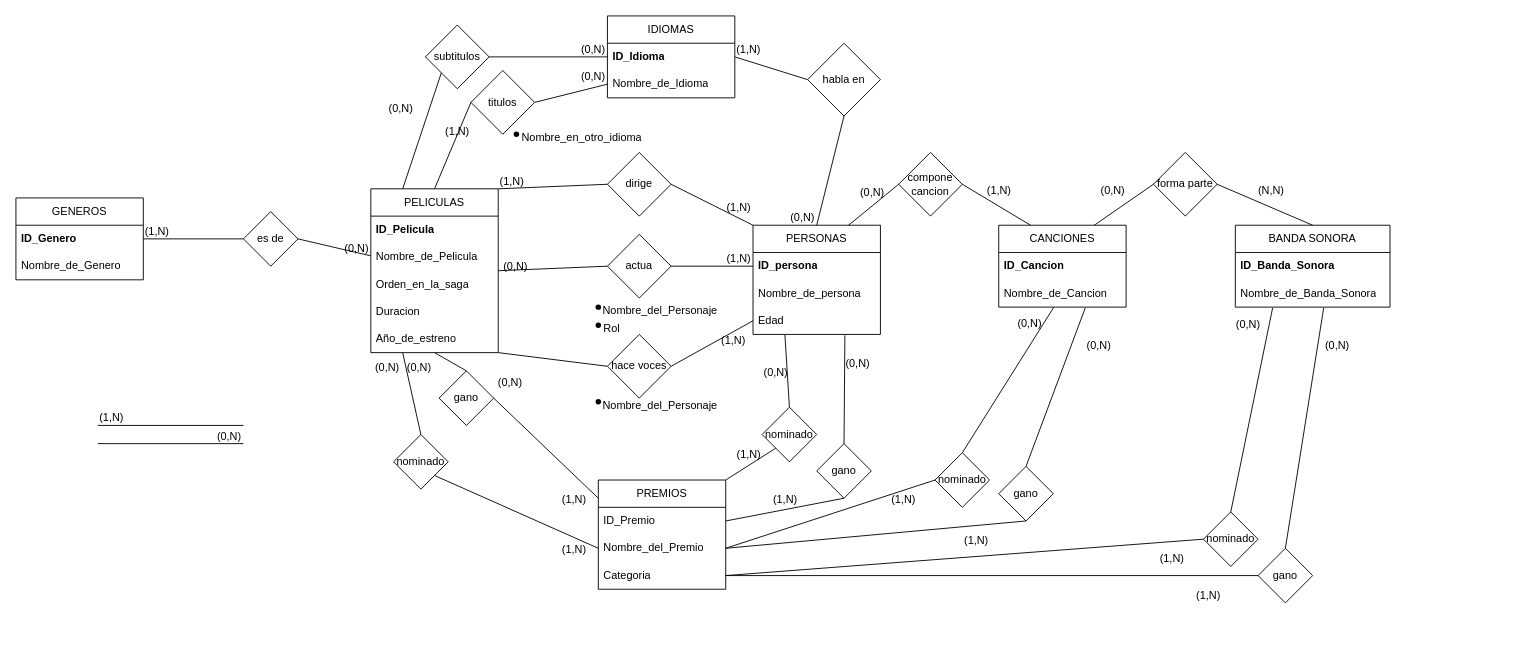
This is omdb.drawio from kolodani/AUS_Base_de_datos, a draw.io file, before an edit. Source tidied: cells renumbered, new cells numbered last; positions are measured from the earlier drawing's top-left corner, leaving out a move shared by most shapes. Both pictures are drawn from the tidied source at 91%, with x=0, y=0 at pixel (15, 15).
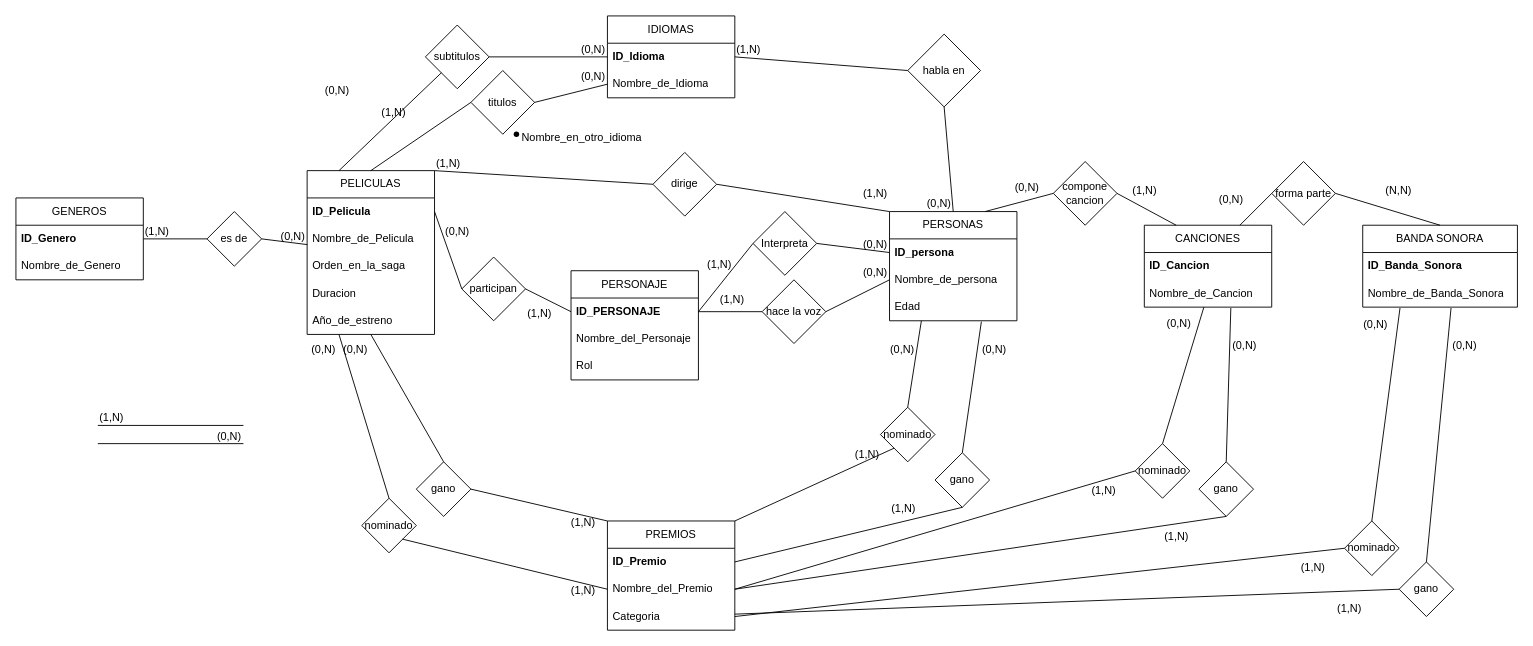
The same page after the edit.

Commit message:
DER actualizado con personajes

Unchanged cells that the change refers to:
```xml
<mxCell id="6" value="&lt;b&gt;ID_Pelicula&lt;/b&gt;" style="text;strokeColor=none;fillColor=none;align=left;verticalAlign=middle;spacingLeft=4;spacingRight=4;overflow=hidden;points=[[0,0.5],[1,0.5]];portConstraint=eastwest;whiteSpace=wrap;html=1;" parent="5" vertex="1">
  <mxGeometry y="30" width="140" height="30" as="geometry" />
</mxCell>
<mxCell id="17" value="Nombre_de_persona" style="text;strokeColor=none;fillColor=none;align=left;verticalAlign=middle;spacingLeft=4;spacingRight=4;overflow=hidden;points=[[0,0.5],[1,0.5]];portConstraint=eastwest;whiteSpace=wrap;html=1;" parent="15" vertex="1">
  <mxGeometry y="60" width="140" height="30" as="geometry" />
</mxCell>
<mxCell id="18" value="Edad" style="text;strokeColor=none;fillColor=none;align=left;verticalAlign=middle;spacingLeft=4;spacingRight=4;overflow=hidden;points=[[0,0.5],[1,0.5]];portConstraint=eastwest;whiteSpace=wrap;html=1;" parent="15" vertex="1">
  <mxGeometry y="90" width="140" height="30" as="geometry" />
</mxCell>
<mxCell id="84" style="endArrow=none;html=1;rounded=0;exitX=1;exitY=0.5;exitDx=0;exitDy=0;entryX=0;entryY=0.5;entryDx=0;entryDy=0;" parent="1" edge="1" source="24" target="16">
  <mxGeometry relative="1" as="geometry" />
</mxCell>
<mxCell id="94" style="endArrow=none;html=1;rounded=0;exitX=0.25;exitY=1;exitDx=0;exitDy=0;entryX=0.5;entryY=0;entryDx=0;entryDy=0;" parent="1" edge="1" source="15" target="35">
  <mxGeometry relative="1" as="geometry" />
</mxCell>
<mxCell id="118" style="endArrow=none;html=1;rounded=0;entryX=0.75;entryY=0;entryDx=0;entryDy=0;exitX=0;exitY=0.5;exitDx=0;exitDy=0;" parent="1" edge="1" source="29" target="15">
  <mxGeometry relative="1" as="geometry" />
</mxCell>
```

The edit, as a diff of the source:
```diff
@@
     <mxCell id="5" value="PELICULAS" style="swimlane;fontStyle=0;horizontal=1;startSize=30;whiteSpace=wrap;html=1;" parent="1" vertex="1">
-      <mxGeometry x="390" y="190" width="140" height="180" as="geometry" />
+      <mxGeometry x="320" y="170" width="140" height="180" as="geometry" />
     </mxCell>
@@
     <mxCell id="11" value="PREMIOS" style="swimlane;fontStyle=0;horizontal=1;startSize=30;whiteSpace=wrap;html=1;" parent="1" vertex="1">
-      <mxGeometry x="640" y="510" width="140" height="120" as="geometry" />
+      <mxGeometry x="650" y="555" width="140" height="120" as="geometry" />
     </mxCell>
-    <mxCell id="12" value="ID_Premio&lt;span style=&quot;white-space: pre;&quot;&gt;&#9;&lt;/span&gt;" style="text;strokeColor=none;fillColor=none;align=left;verticalAlign=middle;spacingLeft=4;spacingRight=4;overflow=hidden;points=[[0,0.5],[1,0.5]];portConstraint=eastwest;whiteSpace=wrap;html=1;" parent="11" vertex="1">
+    <mxCell id="12" value="&lt;b&gt;ID_Premio&lt;span style=&quot;white-space: pre;&quot;&gt;&#9;&lt;/span&gt;&lt;/b&gt;" style="text;strokeColor=none;fillColor=none;align=left;verticalAlign=middle;spacingLeft=4;spacingRight=4;overflow=hidden;points=[[0,0.5],[1,0.5]];portConstraint=eastwest;whiteSpace=wrap;html=1;" parent="11" vertex="1">
       <mxGeometry y="30" width="140" height="30" as="geometry" />
     </mxCell>
@@
     <mxCell id="15" value="PERSONAS" style="swimlane;fontStyle=0;horizontal=1;startSize=30;whiteSpace=wrap;html=1;" parent="1" vertex="1">
-      <mxGeometry x="810" y="230" width="140" height="120" as="geometry" />
+      <mxGeometry x="960" y="215" width="140" height="120" as="geometry" />
     </mxCell>
@@
     <mxCell id="19" value="CANCIONES" style="swimlane;fontStyle=0;horizontal=1;startSize=30;whiteSpace=wrap;html=1;" parent="1" vertex="1">
-      <mxGeometry x="1080" y="230" width="140" height="90" as="geometry" />
+      <mxGeometry x="1240" y="230" width="140" height="90" as="geometry" />
     </mxCell>
@@
     <mxCell id="22" value="es de" style="rhombus;whiteSpace=wrap;html=1;" parent="1" vertex="1">
-      <mxGeometry x="250" y="215" width="60" height="60" as="geometry" />
+      <mxGeometry x="210" y="215" width="60" height="60" as="geometry" />
     </mxCell>
     <mxCell id="23" value="dirige" style="rhombus;whiteSpace=wrap;html=1;" parent="1" vertex="1">
-      <mxGeometry x="650" y="150" width="70" height="70" as="geometry" />
+      <mxGeometry x="700" y="150" width="70" height="70" as="geometry" />
     </mxCell>
-    <mxCell id="24" value="&lt;div&gt;actua&lt;/div&gt;" style="rhombus;whiteSpace=wrap;html=1;" parent="1" vertex="1">
-      <mxGeometry x="650" y="240" width="70" height="70" as="geometry" />
+    <mxCell id="24" value="Interpreta" style="rhombus;whiteSpace=wrap;html=1;" parent="1" vertex="1">
+      <mxGeometry x="810" y="215" width="70" height="70" as="geometry" />
     </mxCell>
-    <mxCell id="25" value="hace voces" style="rhombus;whiteSpace=wrap;html=1;" parent="1" vertex="1">
-      <mxGeometry x="650" y="350" width="70" height="70" as="geometry" />
+    <mxCell id="25" value="participan" style="rhombus;whiteSpace=wrap;html=1;" parent="1" vertex="1">
+      <mxGeometry x="490" y="265" width="70" height="70" as="geometry" />
     </mxCell>
@@
     <mxCell id="29" value="compone cancion" style="rhombus;whiteSpace=wrap;html=1;" parent="1" vertex="1">
-      <mxGeometry x="970" y="150" width="70" height="70" as="geometry" />
+      <mxGeometry x="1140" y="160" width="70" height="70" as="geometry" />
     </mxCell>
@@
     <mxCell id="32" value="habla en" style="rhombus;whiteSpace=wrap;html=1;" parent="1" vertex="1">
-      <mxGeometry x="870" y="30" width="80" height="80" as="geometry" />
+      <mxGeometry x="980" y="20" width="80" height="80" as="geometry" />
     </mxCell>
     <mxCell id="33" value="nominado" style="rhombus;whiteSpace=wrap;html=1;" parent="1" vertex="1">
-      <mxGeometry x="415" y="460" width="60" height="60" as="geometry" />
+      <mxGeometry x="380" y="530" width="60" height="60" as="geometry" />
     </mxCell>
     <mxCell id="34" value="gano" style="rhombus;whiteSpace=wrap;html=1;" parent="1" vertex="1">
-      <mxGeometry x="465" y="390" width="60" height="60" as="geometry" />
+      <mxGeometry x="440" y="490" width="60" height="60" as="geometry" />
     </mxCell>
     <mxCell id="35" value="nominado" style="rhombus;whiteSpace=wrap;html=1;" parent="1" vertex="1">
-      <mxGeometry x="820" y="430" width="60" height="60" as="geometry" />
+      <mxGeometry x="950" y="430" width="60" height="60" as="geometry" />
     </mxCell>
     <mxCell id="36" value="gano" style="rhombus;whiteSpace=wrap;html=1;" parent="1" vertex="1">
-      <mxGeometry x="880" y="470" width="60" height="60" as="geometry" />
+      <mxGeometry x="1010" y="480" width="60" height="60" as="geometry" />
     </mxCell>
     <mxCell id="37" value="nominado" style="rhombus;whiteSpace=wrap;html=1;" parent="1" vertex="1">
-      <mxGeometry x="1010" y="480" width="60" height="60" as="geometry" />
+      <mxGeometry x="1230" y="470" width="60" height="60" as="geometry" />
     </mxCell>
     <mxCell id="38" value="gano" style="rhombus;whiteSpace=wrap;html=1;" parent="1" vertex="1">
-      <mxGeometry x="1080" y="495" width="60" height="60" as="geometry" />
+      <mxGeometry x="1300" y="490" width="60" height="60" as="geometry" />
     </mxCell>
     <mxCell id="39" value="BANDA SONORA" style="swimlane;fontStyle=0;horizontal=1;startSize=30;whiteSpace=wrap;html=1;" parent="1" vertex="1">
-      <mxGeometry x="1340" y="230" width="170" height="90" as="geometry" />
+      <mxGeometry x="1480" y="230" width="170" height="90" as="geometry" />
     </mxCell>
@@
     <mxCell id="42" value="forma parte" style="rhombus;whiteSpace=wrap;html=1;" parent="1" vertex="1">
-      <mxGeometry x="1250" y="150" width="70" height="70" as="geometry" />
+      <mxGeometry x="1380" y="160" width="70" height="70" as="geometry" />
     </mxCell>
     <mxCell id="43" value="nominado" style="rhombus;whiteSpace=wrap;html=1;" parent="1" vertex="1">
-      <mxGeometry x="1305" y="545" width="60" height="60" as="geometry" />
+      <mxGeometry x="1460" y="555" width="60" height="60" as="geometry" />
     </mxCell>
     <mxCell id="44" value="gano" style="rhombus;whiteSpace=wrap;html=1;" parent="1" vertex="1">
-      <mxGeometry x="1365" y="585" width="60" height="60" as="geometry" />
+      <mxGeometry x="1520" y="600" width="60" height="60" as="geometry" />
     </mxCell>
@@
-    <mxCell id="70" style="endArrow=none;html=1;rounded=0;exitX=1;exitY=0.5;exitDx=0;exitDy=0;" parent="1" edge="1" source="34">
-      <mxGeometry relative="1" as="geometry">
-        <mxPoint x="640" y="530" as="targetPoint" />
-      </mxGeometry>
+    <mxCell id="70" style="endArrow=none;html=1;rounded=0;exitX=1;exitY=0.5;exitDx=0;exitDy=0;entryX=0;entryY=0;entryDx=0;entryDy=0;" parent="1" edge="1" source="34" target="11">
+      <mxGeometry relative="1" as="geometry" />
     </mxCell>
@@
-    <mxCell id="72" style="group;" parent="1" vertex="1">
-      <mxGeometry x="630" y="310" width="150" height="30" as="geometry" />
-    </mxCell>
-    <mxCell id="73" value="&lt;div&gt;Nombre_del_Personaje&lt;/div&gt;" style="text;strokeColor=none;fillColor=none;spacingLeft=4;spacingRight=4;overflow=hidden;fontSize=12;whiteSpace=wrap;html=1;" parent="72" vertex="1">
-      <mxGeometry x="8.8" width="141.2" height="30" as="geometry" />
-    </mxCell>
-    <mxCell id="74" style="shape=waypoint;sketch=0;fillStyle=solid;size=6;fillColor=none;perimeter=centerPerimeter;" parent="72" vertex="1">
-      <mxGeometry width="20" height="20" as="geometry" />
-    </mxCell>
-    <mxCell id="75" style="group;" parent="1" vertex="1">
-      <mxGeometry x="630" y="414" width="150" height="30" as="geometry" />
-    </mxCell>
-    <mxCell id="76" value="&lt;div&gt;Nombre_del_Personaje&lt;/div&gt;" style="text;strokeColor=none;fillColor=none;spacingLeft=4;spacingRight=4;overflow=hidden;fontSize=12;whiteSpace=wrap;html=1;" parent="75" vertex="1">
-      <mxGeometry x="8.8" width="141.2" height="30" as="geometry" />
-    </mxCell>
-    <mxCell id="77" style="shape=waypoint;sketch=0;fillStyle=solid;size=6;fillColor=none;perimeter=centerPerimeter;" parent="75" vertex="1">
-      <mxGeometry width="20" height="20" as="geometry" />
-    </mxCell>
@@
-    <mxCell id="82" style="endArrow=none;html=1;rounded=0;entryX=0;entryY=0.5;entryDx=0;entryDy=0;exitX=1;exitY=0.5;exitDx=0;exitDy=0;" parent="1" edge="1" source="5" target="24">
+    <mxCell id="82" style="endArrow=none;html=1;rounded=0;entryX=0;entryY=0.5;entryDx=0;entryDy=0;exitX=1;exitY=0.5;exitDx=0;exitDy=0;" parent="1" edge="1" source="130" target="24">
       <mxGeometry relative="1" as="geometry" />
     </mxCell>
-    <mxCell id="83" value="(0,N)" style="html=1;whiteSpace=wrap;align=left;verticalAlign=bottom;" parent="82" vertex="1">
+    <mxCell id="83" value="(1,N)" style="html=1;whiteSpace=wrap;align=left;verticalAlign=bottom;" parent="82" vertex="1">
       <mxGeometry x="-1" relative="1" as="geometry">
-        <mxPoint x="4" y="4" as="offset" />
+        <mxPoint x="8" y="-43" as="offset" />
       </mxGeometry>
     </mxCell>
@@
-    <mxCell id="85" value="(1,N)" style="html=1;whiteSpace=wrap;align=right;verticalAlign=bottom;" parent="84" vertex="1">
+    <mxCell id="85" value="(0,N)" style="html=1;whiteSpace=wrap;align=right;verticalAlign=bottom;" parent="84" vertex="1">
       <mxGeometry x="1" relative="1" as="geometry">
         <mxPoint x="-1" as="offset" />
       </mxGeometry>
     </mxCell>
-    <mxCell id="86" style="endArrow=none;html=1;rounded=0;entryX=0;entryY=0.5;entryDx=0;entryDy=0;exitX=1;exitY=1;exitDx=0;exitDy=0;" parent="1" edge="1" source="5" target="25">
+    <mxCell id="86" style="endArrow=none;html=1;rounded=0;entryX=0;entryY=0.5;entryDx=0;entryDy=0;exitX=1;exitY=0.5;exitDx=0;exitDy=0;" parent="1" edge="1" source="6" target="25">
       <mxGeometry relative="1" as="geometry" />
     </mxCell>
     <mxCell id="87" value="(0,N)" style="html=1;whiteSpace=wrap;align=left;verticalAlign=bottom;" parent="86" vertex="1">
       <mxGeometry x="-1" relative="1" as="geometry">
-        <mxPoint x="-2" y="41" as="offset" />
+        <mxPoint x="10" y="30" as="offset" />
       </mxGeometry>
     </mxCell>
-    <mxCell id="88" style="endArrow=none;html=1;rounded=0;entryX=0;entryY=0.5;entryDx=0;entryDy=0;exitX=1;exitY=0.5;exitDx=0;exitDy=0;" parent="1" edge="1" source="25" target="18">
+    <mxCell id="88" style="endArrow=none;html=1;rounded=0;entryX=0;entryY=0.5;entryDx=0;entryDy=0;exitX=1;exitY=0.5;exitDx=0;exitDy=0;" parent="1" edge="1" source="25" target="130">
       <mxGeometry relative="1" as="geometry" />
     </mxCell>
     <mxCell id="89" value="(1,N)" style="html=1;whiteSpace=wrap;align=right;verticalAlign=bottom;" parent="88" vertex="1">
       <mxGeometry x="1" relative="1" as="geometry">
-        <mxPoint x="-7" y="30" as="offset" />
+        <mxPoint x="-20" y="10" as="offset" />
       </mxGeometry>
     </mxCell>
@@
     <mxCell id="95" value="(0,N)" style="html=1;whiteSpace=wrap;align=left;verticalAlign=bottom;" parent="94" vertex="1">
       <mxGeometry x="-1" relative="1" as="geometry">
-        <mxPoint x="-25" y="50" as="offset" />
+        <mxPoint x="-36" y="40" as="offset" />
       </mxGeometry>
     </mxCell>
@@
-    <mxCell id="98" style="endArrow=none;html=1;rounded=0;exitX=0.721;exitY=1.033;exitDx=0;exitDy=0;exitPerimeter=0;" parent="1" edge="1" source="18">
-      <mxGeometry relative="1" as="geometry">
-        <mxPoint x="910" y="470" as="targetPoint" />
-      </mxGeometry>
+    <mxCell id="98" style="endArrow=none;html=1;rounded=0;exitX=0.721;exitY=1.033;exitDx=0;exitDy=0;exitPerimeter=0;entryX=0.5;entryY=0;entryDx=0;entryDy=0;" parent="1" edge="1" source="18" target="36">
+      <mxGeometry relative="1" as="geometry" />
     </mxCell>
@@
     <mxCell id="119" value="(0,N)" style="html=1;whiteSpace=wrap;align=left;verticalAlign=bottom;" parent="118" vertex="1">
       <mxGeometry x="-1" relative="1" as="geometry">
-        <mxPoint x="-44" y="17" as="offset" />
+        <mxPoint x="-44" y="2" as="offset" />
       </mxGeometry>
     </mxCell>
@@
-    <mxCell id="126" style="group;" parent="1" vertex="1">
-      <mxGeometry x="630" y="330" width="50" height="30" as="geometry" />
-    </mxCell>
+    <mxCell id="129" value="PERSONAJE" style="swimlane;fontStyle=0;horizontal=1;startSize=30;whiteSpace=wrap;html=1;" parent="1" vertex="1">
+      <mxGeometry x="610" y="280" width="140" height="120" as="geometry" />
+    </mxCell>
+    <mxCell id="130" value="&lt;b&gt;ID_PERSONAJE&lt;/b&gt;" style="text;strokeColor=none;fillColor=none;align=left;verticalAlign=middle;spacingLeft=4;spacingRight=4;overflow=hidden;points=[[0,0.5],[1,0.5]];portConstraint=eastwest;whiteSpace=wrap;html=1;" parent="129" vertex="1">
+      <mxGeometry y="30" width="140" height="30" as="geometry" />
+    </mxCell>
+    <mxCell id="131" value="Nombre_del_Personaje" style="text;strokeColor=none;fillColor=none;align=left;verticalAlign=middle;spacingLeft=4;spacingRight=4;overflow=hidden;whiteSpace=wrap;html=1;" parent="129" vertex="1">
+      <mxGeometry y="60" width="140" height="30" as="geometry" />
+    </mxCell>
-    <mxCell id="127" value="Rol" style="text;strokeColor=none;fillColor=none;spacingLeft=4;spacingRight=4;overflow=hidden;fontSize=12;whiteSpace=wrap;html=1;" parent="126" vertex="1">
-      <mxGeometry x="10" width="40" height="30" as="geometry" />
+    <mxCell id="127" value="Rol" style="text;strokeColor=none;fillColor=none;align=left;verticalAlign=middle;spacingLeft=4;spacingRight=4;overflow=hidden;whiteSpace=wrap;html=1;" parent="129" vertex="1">
+      <mxGeometry y="90" width="140" height="30" as="geometry" />
     </mxCell>
-    <mxCell id="128" style="shape=waypoint;sketch=0;fillStyle=solid;size=6;fillColor=none;perimeter=centerPerimeter;" parent="126" vertex="1">
-      <mxGeometry width="20" height="20" as="geometry" />
-    </mxCell>
+    <mxCell id="132" value="hace la voz" style="rhombus;whiteSpace=wrap;html=1;" parent="1" vertex="1">
+      <mxGeometry x="820" y="290" width="70" height="70" as="geometry" />
+    </mxCell>
+    <mxCell id="133" style="endArrow=none;html=1;rounded=0;entryX=0;entryY=0.5;entryDx=0;entryDy=0;exitX=1;exitY=0.5;exitDx=0;exitDy=0;" parent="1" edge="1" source="130" target="132">
+      <mxGeometry relative="1" as="geometry" />
+    </mxCell>
+    <mxCell id="134" value="(1,N)" style="html=1;whiteSpace=wrap;align=left;verticalAlign=bottom;" parent="133" vertex="1">
+      <mxGeometry x="-1" relative="1" as="geometry">
+        <mxPoint x="22" y="-5" as="offset" />
+      </mxGeometry>
+    </mxCell>
+    <mxCell id="135" style="endArrow=none;html=1;rounded=0;exitX=1;exitY=0.5;exitDx=0;exitDy=0;entryX=0;entryY=0.5;entryDx=0;entryDy=0;" parent="1" edge="1" source="132" target="17">
+      <mxGeometry relative="1" as="geometry" />
+    </mxCell>
+    <mxCell id="136" value="(0,N)" style="html=1;whiteSpace=wrap;align=right;verticalAlign=bottom;" parent="135" vertex="1">
+      <mxGeometry x="1" relative="1" as="geometry">
+        <mxPoint x="-1" as="offset" />
+      </mxGeometry>
+    </mxCell>
```
